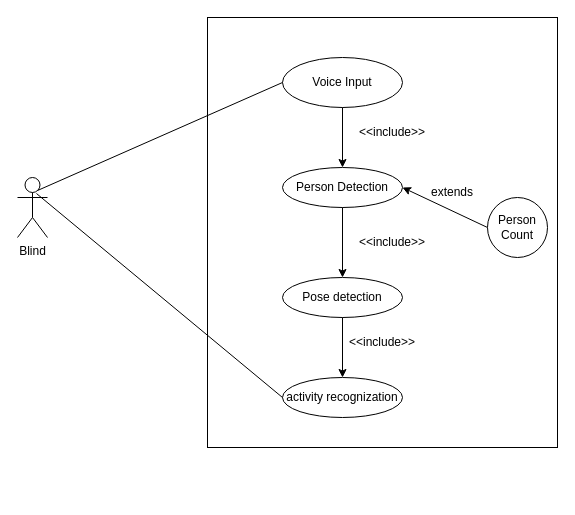
The draw.io diagram UseCase.drawio in ahmad2001hotmailyahoo/ahmad-arc, before the edit. Source tidied: cells renumbered, new cells numbered last; positions are measured from the earlier drawing's top-left corner, leaving out a move shared by most shapes. Both pictures are drawn from the tidied source at 100%, with x=0, y=0 at pixel (17, 17).
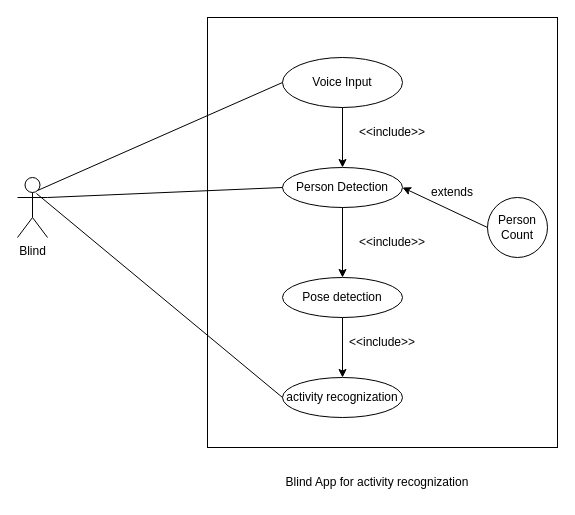
The same page after the edit.

Diff of the diagram source:
```diff
@@
+    <mxCell id="19" style="endArrow=none;html=1;rounded=0;" parent="1" edge="1">
+      <mxGeometry relative="1" as="geometry">
+        <mxPoint x="30" y="180" as="sourcePoint" />
+        <mxPoint x="265" y="170" as="targetPoint" />
+      </mxGeometry>
+    </mxCell>
+    <mxCell id="20" value="Blind App for activity recognization" style="text;html=1;strokeColor=none;fillColor=none;align=center;verticalAlign=middle;whiteSpace=wrap;rounded=0;" parent="1" vertex="1">
+      <mxGeometry x="240" y="450" width="240" height="30" as="geometry" />
+    </mxCell>
```
